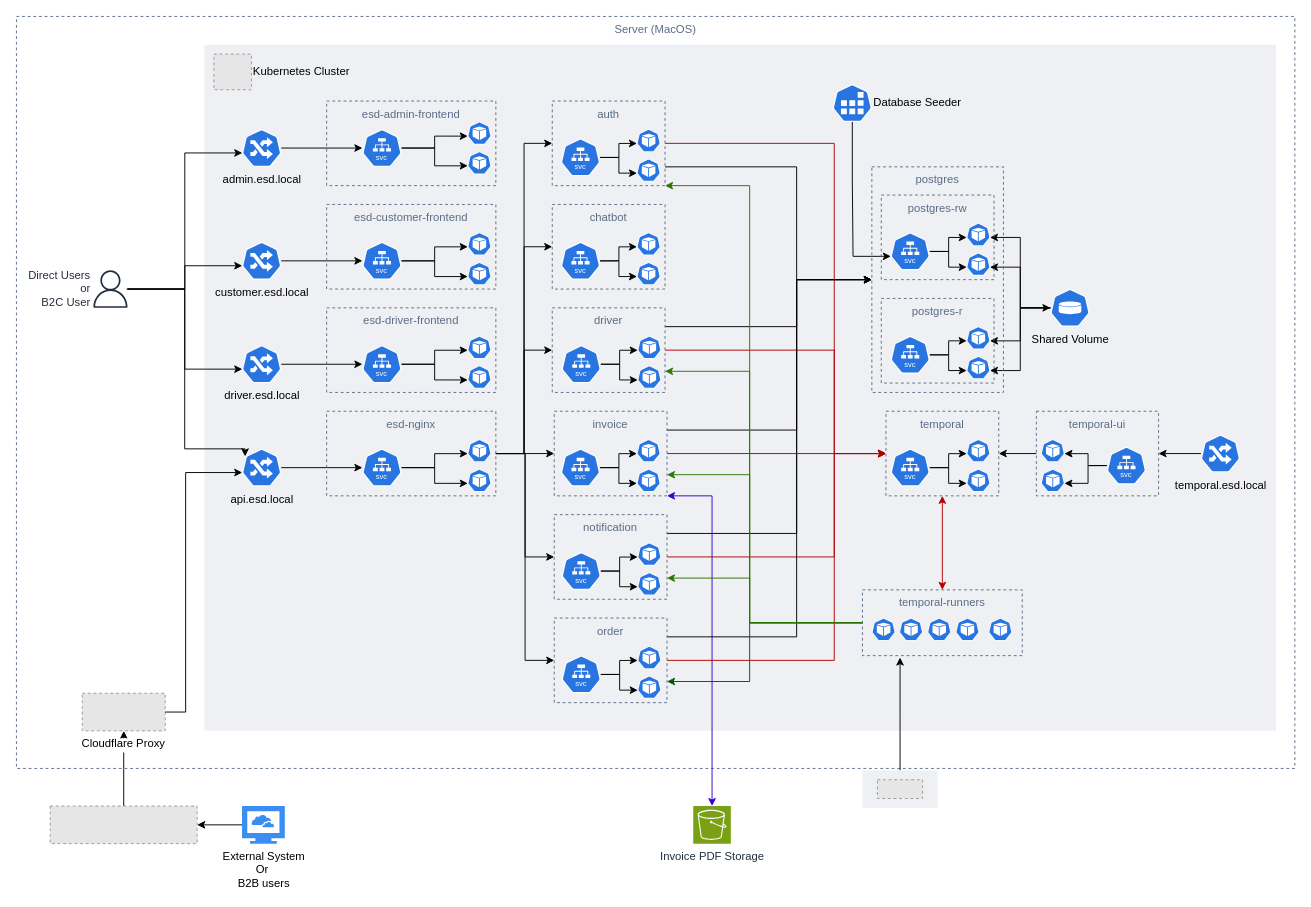
This is diagrams/kubernetes.drawio from darkliyznyanlin910/esd-2425T2, a draw.io file, before an edit. Source tidied: cells renumbered, new cells numbered last; positions are measured from the earlier drawing's top-left corner, leaving out a move shared by most shapes. Both pictures are drawn from the tidied source at 94%, with x=0, y=0 at pixel (16, 16). Pictures stored in the file or linked from it are replaced by grey dashed boxes.
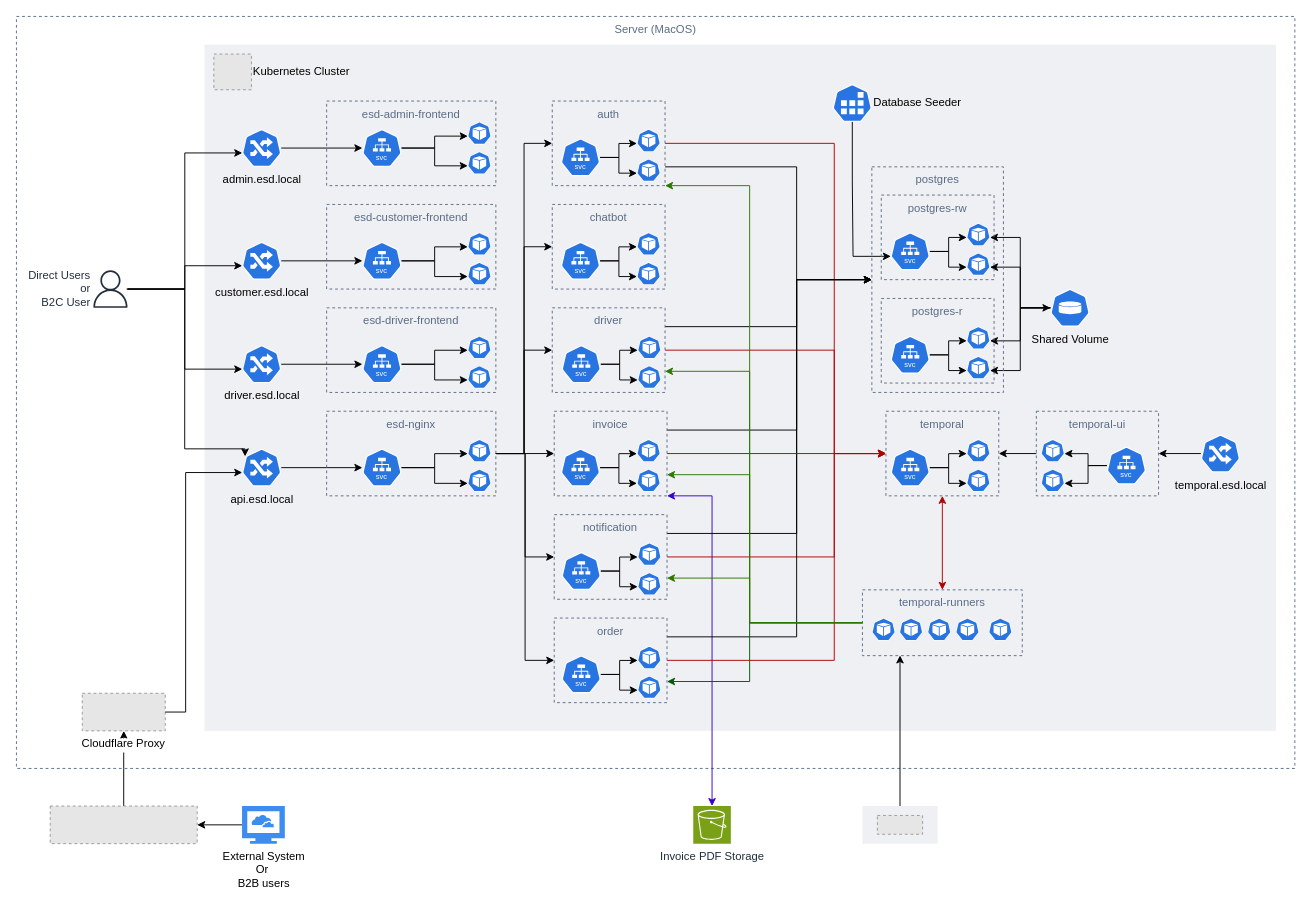
Above is the later version.

The change refers to these unchanged cells:
```xml
<mxCell id="136" style="fillColor=#EFF0F3;strokeColor=none;dashed=0;verticalAlign=top;fontStyle=0;fontColor=#232F3D;whiteSpace=wrap;html=1;" parent="134" vertex="1">
  <mxGeometry width="80" height="40" as="geometry" />
</mxCell>
<mxCell id="178" value="temporal-runners" style="fillColor=none;strokeColor=#5A6C86;dashed=1;verticalAlign=top;fontStyle=0;fontColor=#5A6C86;whiteSpace=wrap;html=1;" parent="140" vertex="1">
  <mxGeometry x="900" y="610" width="170" height="70" as="geometry" />
</mxCell>
```

What changed in the source:
```diff
@@
     <mxCell id="134" style="group;" parent="17" vertex="1">
-      <mxGeometry x="900" y="802" width="80" height="40" as="geometry" />
+      <mxGeometry x="900" y="840" width="80" height="40" as="geometry" />
     </mxCell>
-    <mxCell id="135" style="edgeStyle=orthogonalEdgeStyle;rounded=0;jettySize=auto;html=1;" parent="134" edge="1" source="136">
-      <mxGeometry relative="1" as="geometry">
-        <mxPoint x="40" y="-120" as="targetPoint" />
-      </mxGeometry>
+    <mxCell id="135" style="edgeStyle=orthogonalEdgeStyle;rounded=0;jettySize=auto;html=1;entryX=0.235;entryY=0.997;entryDx=0;entryDy=0;entryPerimeter=0;" parent="134" edge="1" source="136" target="178">
+      <mxGeometry relative="1" as="geometry" />
     </mxCell>
```
